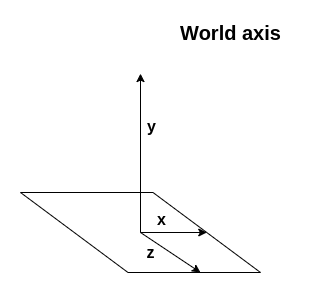
The draw.io diagram src/images/projects/demozen/axis.png in Cody-Hasty/hasty-website, before a commit. Source tidied: cells renumbered, new cells last; positions are measured from the earlier drawing's top-left corner, leaving out a move shared by most shapes.
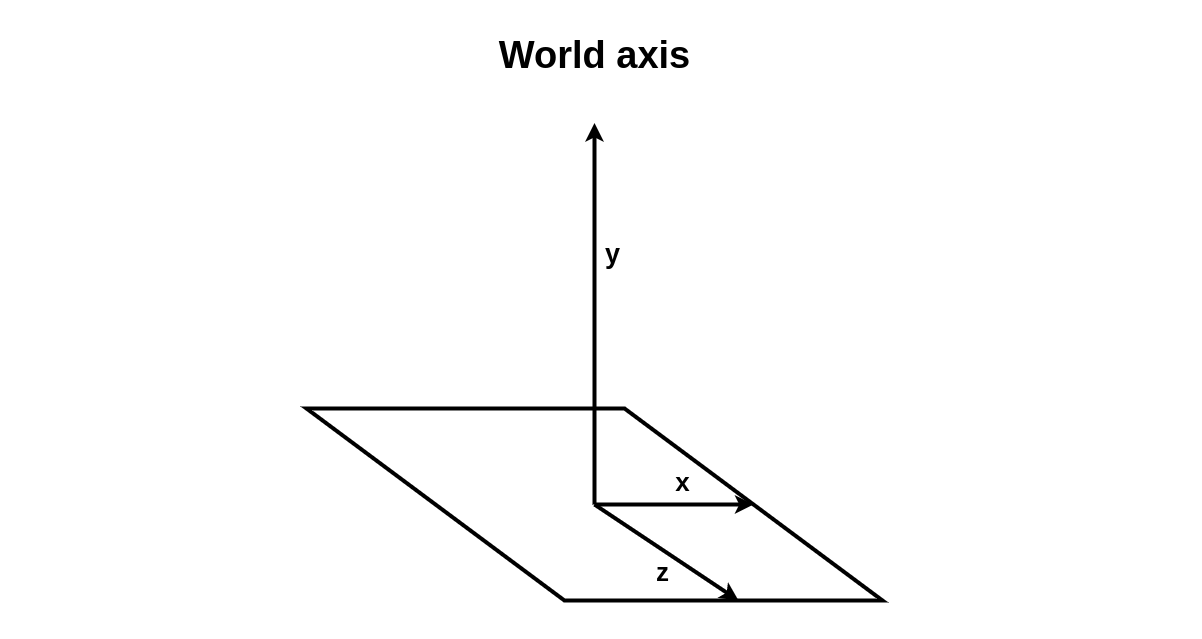
After the commit.

Commit message:
Add world details to Demozen

Change to the diagram source:
```diff
@@ -2,45 +2,48 @@
   <root>
     <mxCell id="0" />
     <mxCell id="1" parent="0" />
-    <mxCell id="2" style="group;" parent="1" vertex="1">
-      <mxGeometry width="270" height="250" as="geometry" />
-    </mxCell>
-    <mxCell id="3" style="endArrow=classic;html=1;" parent="2" edge="1">
-      <mxGeometry relative="1" as="geometry">
-        <mxPoint x="120" y="210" as="sourcePoint" />
-        <mxPoint x="120" y="51.1" as="targetPoint" />
-      </mxGeometry>
-    </mxCell>
+    <mxCell id="11" style="rounded=0;whiteSpace=wrap;html=1;strokeColor=none;" parent="1" vertex="1">
+      <mxGeometry x="490" y="540" width="1200" height="627" as="geometry" />
+    </mxCell>
+    <mxCell id="12" style="group;" parent="1" vertex="1">
+      <mxGeometry x="796" y="530" width="648" height="600" as="geometry" />
+    </mxCell>
+    <mxCell id="13" style="shape=parallelogram;perimeter=parallelogramPerimeter;whiteSpace=wrap;html=1;fillColor=none;flipH=1;size=0.44786324786324894;strokeWidth=4;" parent="12" vertex="1">
+      <mxGeometry y="408" width="576" height="192" as="geometry" />
+    </mxCell>
+    <mxCell id="14" style="endArrow=classic;html=1;strokeWidth=4;" parent="12" edge="1">
+      <mxGeometry relative="1" as="geometry">
+        <mxPoint x="288" y="504" as="sourcePoint" />
+        <mxPoint x="288" y="122.6" as="targetPoint" />
+      </mxGeometry>
+    </mxCell>
-    <mxCell id="4" value="&lt;font style=&quot;font-size: 16px&quot;&gt;y&lt;/font&gt;" style="edgeLabel;html=1;align=center;verticalAlign=middle;fontStyle=1;" parent="3" vertex="1">
+    <mxCell id="4" value="&lt;font style=&quot;font-size: 27px;&quot;&gt;y&lt;/font&gt;" style="edgeLabel;html=1;align=center;verticalAlign=middle;fontStyle=1;fontSize=27;" parent="14" vertex="1">
       <mxGeometry x="0.31" y="-3" relative="1" as="geometry">
-        <mxPoint x="7" y="-2.7" as="offset" />
+        <mxPoint x="13" y="-2.7" as="offset" />
       </mxGeometry>
     </mxCell>
-    <mxCell id="5" style="endArrow=classic;html=1;entryX=1;entryY=0.5;entryDx=0;entryDy=0;" parent="2" edge="1" target="10">
-      <mxGeometry relative="1" as="geometry">
-        <mxPoint x="120" y="210" as="sourcePoint" />
-      </mxGeometry>
-    </mxCell>
+    <mxCell id="15" style="endArrow=classic;html=1;entryX=1;entryY=0.5;entryDx=0;entryDy=0;strokeWidth=4;" parent="12" edge="1" target="13">
+      <mxGeometry relative="1" as="geometry">
+        <mxPoint x="288" y="504" as="sourcePoint" />
+      </mxGeometry>
+    </mxCell>
-    <mxCell id="6" value="&lt;font style=&quot;font-size: 16px&quot;&gt;x&lt;/font&gt;" style="edgeLabel;html=1;align=center;verticalAlign=middle;fontStyle=1;" parent="5" vertex="1">
+    <mxCell id="6" value="&lt;font style=&quot;font-size: 26px;&quot;&gt;x&lt;/font&gt;" style="edgeLabel;html=1;align=center;verticalAlign=middle;fontStyle=1;fontSize=26;" parent="15" vertex="1">
       <mxGeometry x="0.41" y="-2" relative="1" as="geometry">
-        <mxPoint x="-26.7" y="-16" as="offset" />
+        <mxPoint x="-26.7" y="-26" as="offset" />
       </mxGeometry>
     </mxCell>
-    <mxCell id="7" style="endArrow=classic;html=1;entryX=0.75;entryY=1;entryDx=0;entryDy=0;" parent="2" edge="1" target="10">
-      <mxGeometry relative="1" as="geometry">
-        <mxPoint x="120" y="210" as="sourcePoint" />
-      </mxGeometry>
-    </mxCell>
+    <mxCell id="16" style="endArrow=classic;html=1;entryX=0.75;entryY=1;entryDx=0;entryDy=0;strokeWidth=4;" parent="12" edge="1" target="13">
+      <mxGeometry relative="1" as="geometry">
+        <mxPoint x="288" y="504" as="sourcePoint" />
+      </mxGeometry>
+    </mxCell>
-    <mxCell id="8" value="&lt;font style=&quot;font-size: 16px&quot;&gt;z&lt;/font&gt;" style="edgeLabel;html=1;align=center;verticalAlign=middle;fontStyle=1;" parent="7" vertex="1">
+    <mxCell id="8" value="&lt;font style=&quot;font-size: 26px;&quot;&gt;z&lt;/font&gt;" style="edgeLabel;html=1;align=center;verticalAlign=middle;fontStyle=1;fontSize=26;" parent="16" vertex="1">
       <mxGeometry x="0.34" y="-4" relative="1" as="geometry">
-        <mxPoint x="-28.2" y="-10.3" as="offset" />
+        <mxPoint x="-28.2" y="-1.7" as="offset" />
       </mxGeometry>
     </mxCell>
-    <mxCell id="9" value="&lt;font style=&quot;font-size: 20px&quot;&gt;&lt;b&gt;World axis&lt;/b&gt;&lt;/font&gt;" style="text;html=1;align=center;verticalAlign=middle;" parent="2" vertex="1">
-      <mxGeometry x="150" width="120" height="20" as="geometry" />
+    <mxCell id="9" value="&lt;font size=&quot;1&quot;&gt;&lt;b style=&quot;font-size: 38px&quot;&gt;World axis&lt;/b&gt;&lt;/font&gt;" style="text;html=1;align=center;verticalAlign=middle;" parent="12" vertex="1">
+      <mxGeometry x="183" y="40" width="210" height="30" as="geometry" />
     </mxCell>
-    <mxCell id="10" style="shape=parallelogram;perimeter=parallelogramPerimeter;whiteSpace=wrap;html=1;fillColor=none;flipH=1;size=0.44786324786324894;" parent="2" vertex="1">
-      <mxGeometry y="170" width="240" height="80" as="geometry" />
-    </mxCell>
   </root>
 </mxGraphModel>
```
